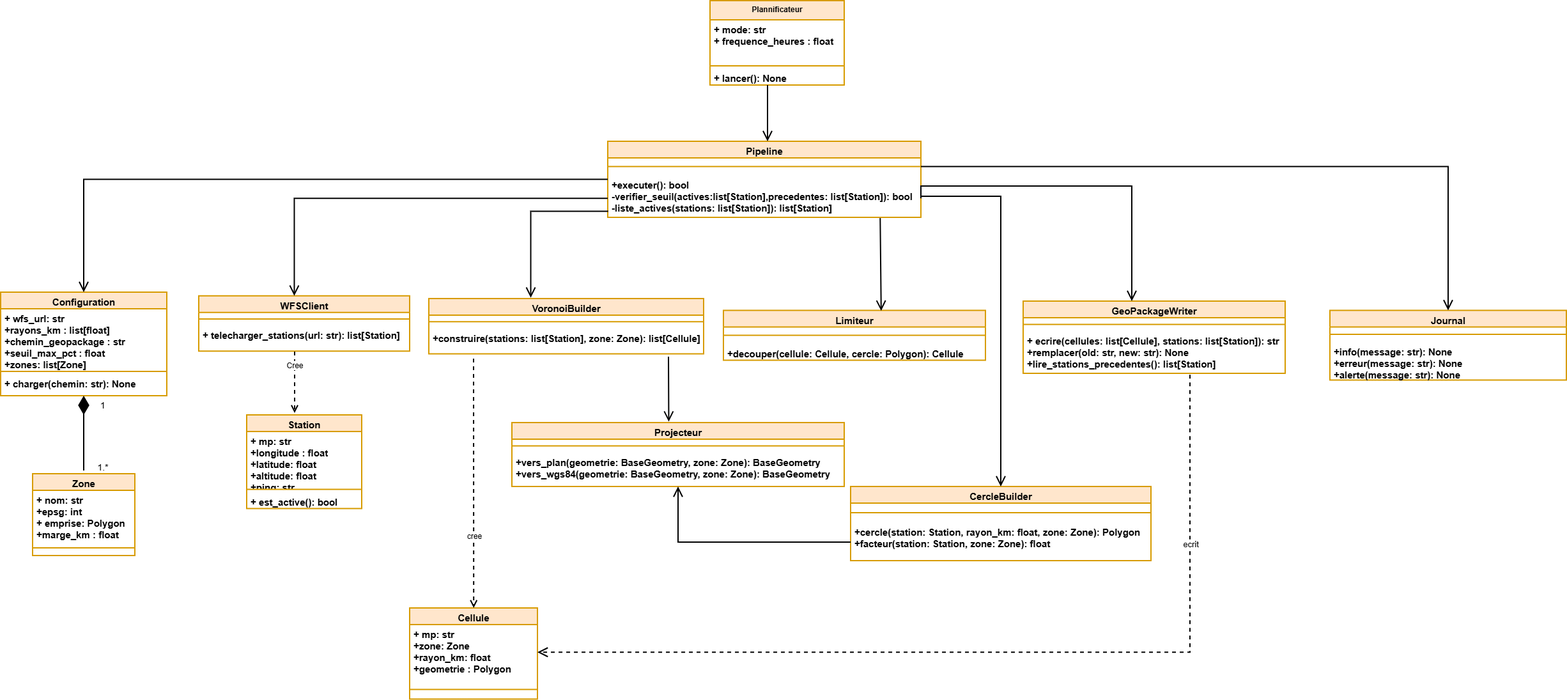
Earlier version of the draw.io export Diagramme de classe.png (Akatebra/Projet_Info_Voronoi). Source tidied: cells renumbered, new cells last; positions are measured from the earlier drawing's top-left corner, leaving out a move shared by most shapes.
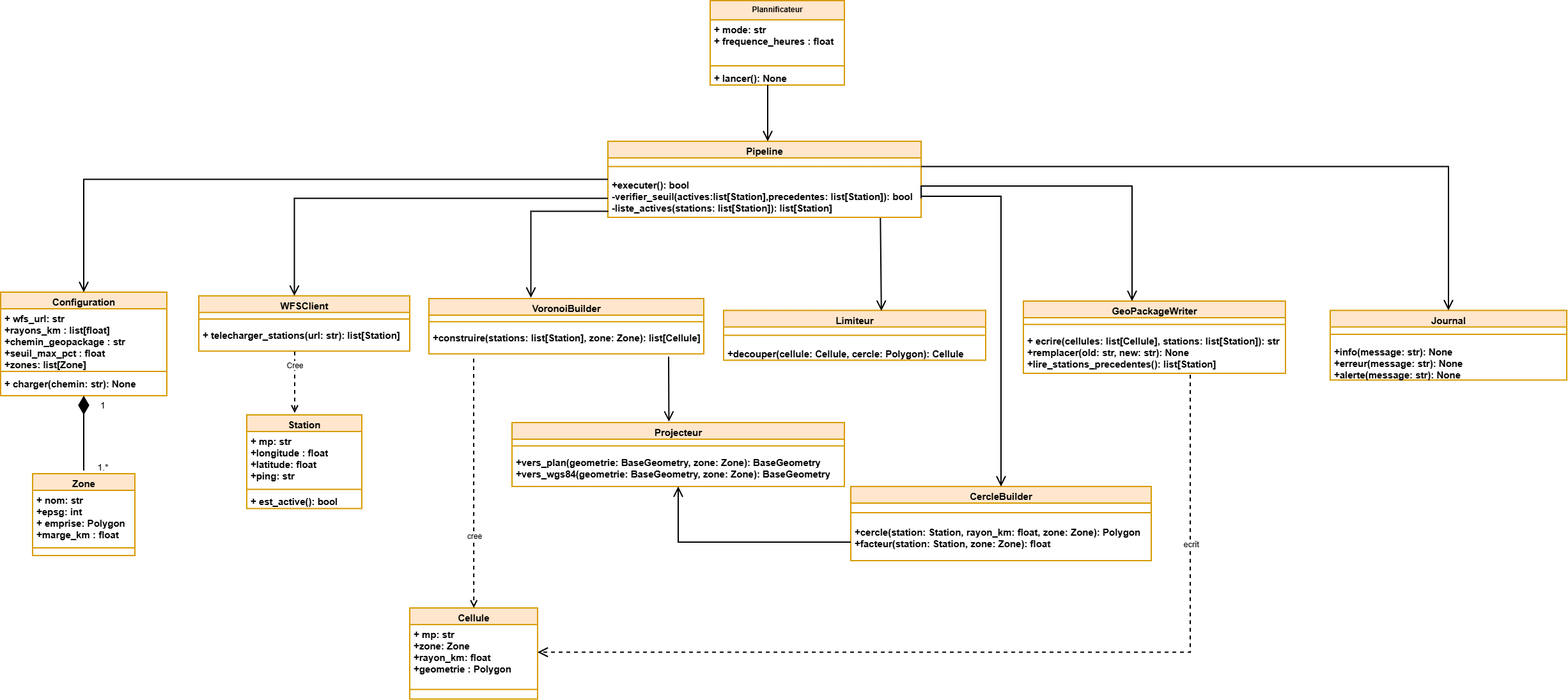
Later version of the same file.

Commit message:
Mettre à jour Diagramme de classe.png

Change to the diagram source:
```diff
@@ -116,7 +116,7 @@
     <mxCell id="36" value="&lt;font style=&quot;font-size: 15px;&quot;&gt;Station&lt;/font&gt;" style="swimlane;fontStyle=1;align=center;verticalAlign=top;horizontal=1;startSize=26;whiteSpace=wrap;html=1;strokeWidth=2;fillColor=#ffe6cc;strokeColor=#d79b00;" parent="1" vertex="1">
       <mxGeometry x="385" y="648" width="180" height="146.5" as="geometry" />
     </mxCell>
-    <mxCell id="37" value="&lt;b&gt;&lt;font style=&quot;font-size: 15px;&quot;&gt;+ mp: str&lt;/font&gt;&lt;/b&gt;&lt;div&gt;&lt;b&gt;&lt;font style=&quot;font-size: 15px;&quot;&gt;+longitude : float&lt;/font&gt;&lt;/b&gt;&lt;/div&gt;&lt;div&gt;&lt;b&gt;&lt;font style=&quot;font-size: 15px;&quot;&gt;+latitude: float&lt;/font&gt;&lt;/b&gt;&lt;/div&gt;&lt;div&gt;&lt;b&gt;&lt;font style=&quot;font-size: 15px;&quot;&gt;+altitude: float&lt;/font&gt;&lt;/b&gt;&lt;/div&gt;&lt;div&gt;&lt;b&gt;&lt;font style=&quot;font-size: 15px;&quot;&gt;+ping: str&lt;/font&gt;&lt;/b&gt;&lt;/div&gt;" style="text;strokeColor=none;fillColor=none;align=left;verticalAlign=top;spacingLeft=4;spacingRight=4;overflow=hidden;whiteSpace=wrap;html=1;strokeWidth=2;" parent="36" vertex="1">
+    <mxCell id="37" value="&lt;b&gt;&lt;font style=&quot;font-size: 15px;&quot;&gt;+ mp: str&lt;/font&gt;&lt;/b&gt;&lt;div&gt;&lt;b&gt;&lt;font style=&quot;font-size: 15px;&quot;&gt;+longitude : float&lt;/font&gt;&lt;/b&gt;&lt;/div&gt;&lt;div&gt;&lt;b&gt;&lt;font style=&quot;font-size: 15px;&quot;&gt;+latitude: float&lt;/font&gt;&lt;/b&gt;&lt;/div&gt;&lt;div&gt;&lt;b&gt;&lt;font style=&quot;font-size: 15px;&quot;&gt;+ping: str&lt;/font&gt;&lt;/b&gt;&lt;/div&gt;" style="text;strokeColor=none;fillColor=none;align=left;verticalAlign=top;spacingLeft=4;spacingRight=4;overflow=hidden;whiteSpace=wrap;html=1;strokeWidth=2;" parent="36" vertex="1">
       <mxGeometry y="26" width="180" height="86.5" as="geometry" />
     </mxCell>
     <mxCell id="38" style="line;strokeWidth=2;fillColor=none;align=left;verticalAlign=middle;spacingTop=-1;spacingLeft=3;spacingRight=3;labelPosition=right;strokeColor=inherit;labelPerimeter=1;" parent="36" vertex="1">
```
